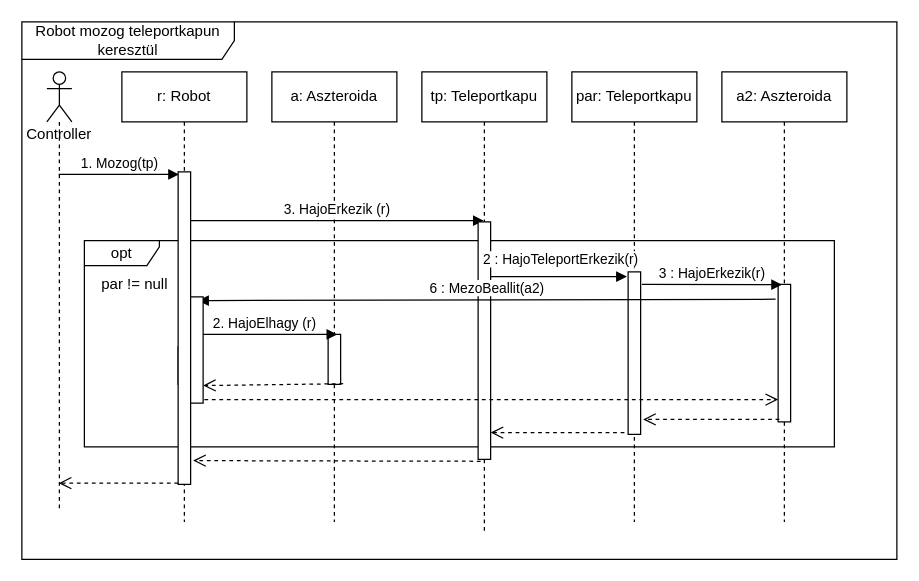
Before: page "Robot" (2 of 2) of doc/szekvencia/4het_szek_TeleportMozgas.drawio in torpeBoiGo/aszteroidabanyaszat, a draw.io diagram. Source tidied: cells renumbered, new cells numbered last; positions are measured from the earlier drawing's top-left corner, leaving out a move shared by most shapes. Both pictures are drawn from the tidied source at 125%, with x=0, y=0 at pixel (21, 21).
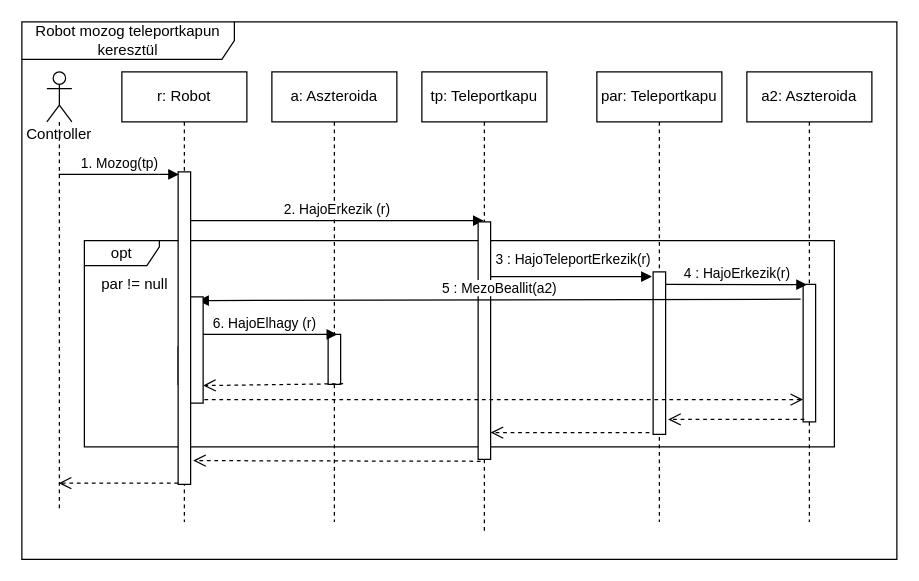
Above is the later version.

Unchanged cells that the change refers to:
```xml
<mxCell id="4" value="r: Robot" style="shape=umlLifeline;perimeter=lifelinePerimeter;whiteSpace=wrap;html=1;outlineConnect=0;" parent="1" vertex="1">
  <mxGeometry x="80" y="40" width="100" height="360" as="geometry" />
</mxCell>
<mxCell id="6" style="html=1;points=[];perimeter=orthogonalPerimeter;" parent="5" vertex="1">
  <mxGeometry x="45" y="210" width="10" height="40" as="geometry" />
</mxCell>
<mxCell id="11" style="html=1;points=[];perimeter=orthogonalPerimeter;" parent="1" vertex="1">
  <mxGeometry x="125" y="120" width="10" height="250" as="geometry" />
</mxCell>
<mxCell id="16" value="tp: Teleportkapu" style="shape=umlLifeline;perimeter=lifelinePerimeter;whiteSpace=wrap;html=1;outlineConnect=0;" parent="1" vertex="1">
  <mxGeometry x="320" y="40" width="100" height="370" as="geometry" />
</mxCell>
<mxCell id="17" style="html=1;points=[];perimeter=orthogonalPerimeter;" parent="16" vertex="1">
  <mxGeometry x="45" y="120" width="10" height="190" as="geometry" />
</mxCell>
<mxCell id="19" style="html=1;points=[];perimeter=orthogonalPerimeter;" parent="18" vertex="1">
  <mxGeometry x="45" y="160" width="10" height="130" as="geometry" />
</mxCell>
<mxCell id="21" style="html=1;points=[];perimeter=orthogonalPerimeter;" parent="20" vertex="1">
  <mxGeometry x="45" y="170" width="10" height="110" as="geometry" />
</mxCell>
```

Diff of the diagram source:
```diff
@@
-    <mxCell id="7" value="2. HajoElhagy (r)" style="html=1;verticalAlign=bottom;endArrow=block;entryX=0.733;entryY=0;entryDx=0;entryDy=0;entryPerimeter=0;" parent="1" edge="1" source="4" target="6">
+    <mxCell id="7" value="6. HajoElhagy (r)" style="html=1;verticalAlign=bottom;endArrow=block;entryX=0.733;entryY=0;entryDx=0;entryDy=0;entryPerimeter=0;" parent="1" edge="1" source="4" target="6">
       <mxGeometry x="0.05" relative="1" as="geometry" />
     </mxCell>
@@
-    <mxCell id="9" value="3. HajoErkezik (r)" style="html=1;verticalAlign=bottom;endArrow=block;exitX=1;exitY=0.156;exitDx=0;exitDy=0;exitPerimeter=0;" parent="1" edge="1" source="11" target="16">
+    <mxCell id="9" value="2. HajoErkezik (r)" style="html=1;verticalAlign=bottom;endArrow=block;exitX=1;exitY=0.156;exitDx=0;exitDy=0;exitPerimeter=0;" parent="1" edge="1" source="11" target="16">
       <mxGeometry relative="1" as="geometry" />
     </mxCell>
@@
     <mxCell id="18" value="par: Teleportkapu" style="shape=umlLifeline;perimeter=lifelinePerimeter;whiteSpace=wrap;html=1;" parent="1" vertex="1">
-      <mxGeometry x="440" y="40" width="100" height="360" as="geometry" />
+      <mxGeometry x="460" y="40" width="100" height="360" as="geometry" />
     </mxCell>
@@
     <mxCell id="20" value="a2: Aszteroida" style="shape=umlLifeline;perimeter=lifelinePerimeter;whiteSpace=wrap;html=1;" parent="1" vertex="1">
-      <mxGeometry x="560" y="40" width="100" height="360" as="geometry" />
+      <mxGeometry x="580" y="40" width="100" height="360" as="geometry" />
     </mxCell>
@@
-    <mxCell id="22" value="2 : HajoTeleportErkezik(r)" style="html=1;verticalAlign=bottom;endArrow=block;entryX=-0.1;entryY=0.029;entryDx=0;entryDy=0;entryPerimeter=0;" parent="1" edge="1" source="17" target="19">
+    <mxCell id="22" value="3 : HajoTeleportErkezik(r)" style="html=1;verticalAlign=bottom;endArrow=block;entryX=-0.1;entryY=0.029;entryDx=0;entryDy=0;entryPerimeter=0;" parent="1" edge="1" source="17" target="19">
       <mxGeometry x="0.02" y="5" relative="1" as="geometry" />
     </mxCell>
-    <mxCell id="23" value="3 : HajoErkezik(r)" style="html=1;verticalAlign=bottom;endArrow=block;entryX=0.31;entryY=0.002;entryDx=0;entryDy=0;entryPerimeter=0;" parent="1" edge="1" target="21">
+    <mxCell id="23" value="4 : HajoErkezik(r)" style="html=1;verticalAlign=bottom;endArrow=block;entryX=0.31;entryY=0.002;entryDx=0;entryDy=0;entryPerimeter=0;" parent="1" edge="1" target="21">
       <mxGeometry relative="1" as="geometry">
-        <mxPoint x="496" y="210" as="sourcePoint" />
+        <mxPoint x="515" y="210" as="sourcePoint" />
       </mxGeometry>
     </mxCell>
@@
-    <mxCell id="27" value="6 : MezoBeallit(a2)" style="html=1;verticalAlign=bottom;endArrow=block;exitX=-0.2;exitY=0.108;exitDx=0;exitDy=0;exitPerimeter=0;" parent="1" edge="1" source="21">
+    <mxCell id="27" value="5 : MezoBeallit(a2)" style="html=1;verticalAlign=bottom;endArrow=block;exitX=-0.2;exitY=0.108;exitDx=0;exitDy=0;exitPerimeter=0;" parent="1" edge="1" source="21">
       <mxGeometry relative="1" as="geometry">
         <mxPoint x="141" y="223" as="targetPoint" />
       </mxGeometry>
     </mxCell>
```
